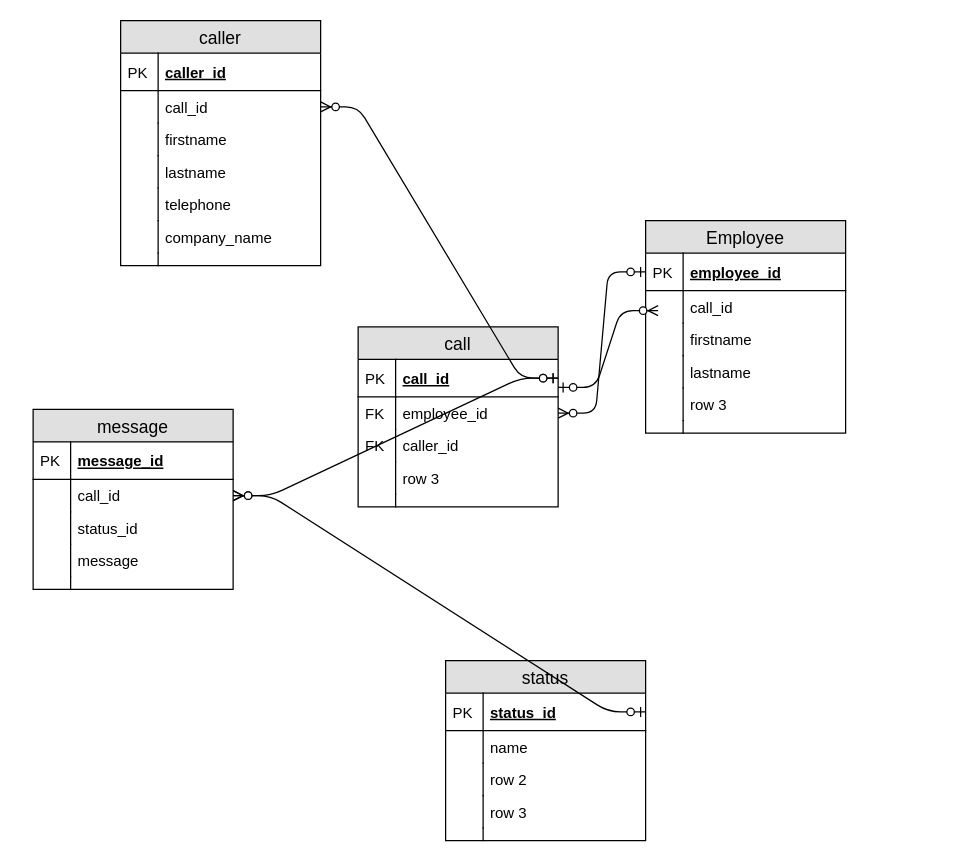
Above: phone_notes.drawio in chantalwiegand/PhoneNotes (draw.io), before the change. Source tidied: cells renumbered, new cells numbered last; positions are measured from the earlier drawing's top-left corner, leaving out a move shared by most shapes. Both pictures are drawn from the tidied source at 125%, with x=0, y=0 at pixel (32, 20).
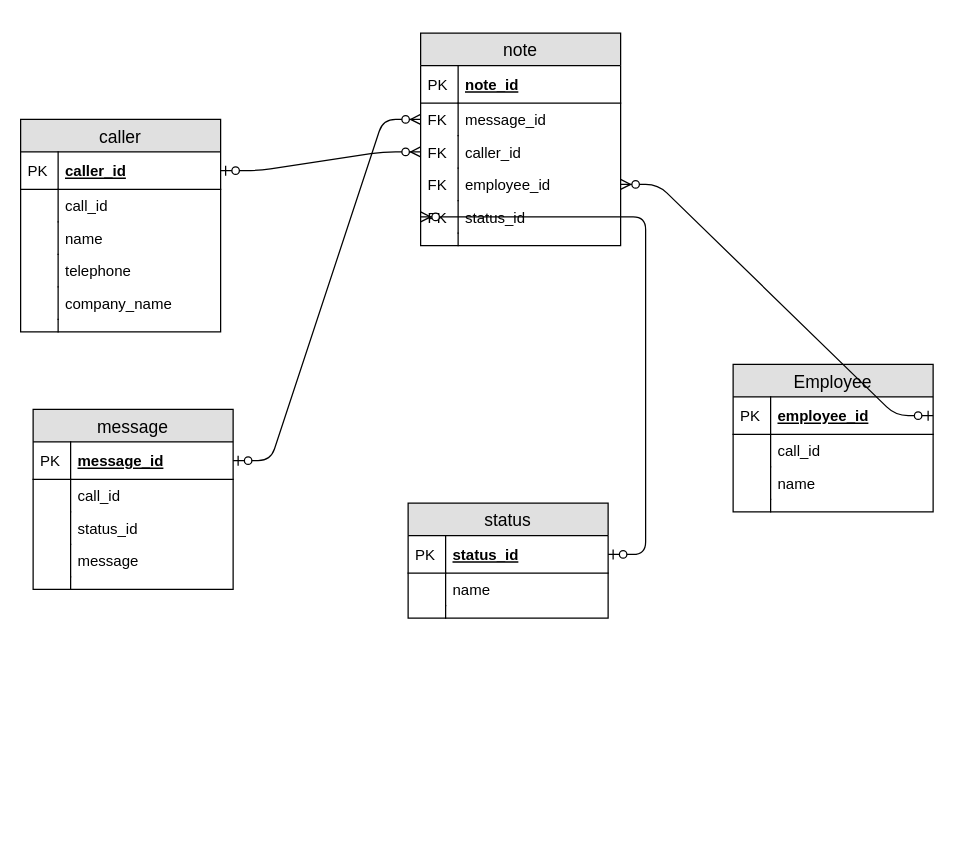
The same diagram, later.

Commit message (it also covers changes not shown here):
Phone notes & phone notes uml

Unchanged cells that the change refers to:
```xml
<mxCell id="3" value="employee_id" style="shape=partialRectangle;top=0;left=0;right=0;bottom=1;align=left;verticalAlign=middle;fillColor=none;spacingLeft=34;spacingRight=4;overflow=hidden;points=[[0,0.5],[1,0.5]];portConstraint=eastwest;fontStyle=5;fontSize=12;" parent="2" vertex="1">
  <mxGeometry y="26" width="160" height="30" as="geometry" />
</mxCell>
<mxCell id="27" value="caller_id" style="shape=partialRectangle;top=0;left=0;right=0;bottom=1;align=left;verticalAlign=middle;fillColor=none;spacingLeft=34;spacingRight=4;overflow=hidden;points=[[0,0.5],[1,0.5]];portConstraint=eastwest;fontStyle=5;fontSize=12;" parent="26" vertex="1">
  <mxGeometry y="26" width="160" height="30" as="geometry" />
</mxCell>
<mxCell id="29" value="call_id" style="shape=partialRectangle;top=0;left=0;right=0;bottom=0;align=left;verticalAlign=top;fillColor=none;spacingLeft=34;spacingRight=4;overflow=hidden;points=[[0,0.5],[1,0.5]];portConstraint=eastwest;fontSize=12;" parent="26" vertex="1">
  <mxGeometry y="56" width="160" height="26" as="geometry" />
</mxCell>
<mxCell id="42" value="message_id" style="shape=partialRectangle;top=0;left=0;right=0;bottom=1;align=left;verticalAlign=middle;fillColor=none;spacingLeft=34;spacingRight=4;overflow=hidden;points=[[0,0.5],[1,0.5]];portConstraint=eastwest;fontStyle=5;fontSize=12;" parent="41" vertex="1">
  <mxGeometry y="26" width="160" height="30" as="geometry" />
</mxCell>
<mxCell id="44" value="call_id" style="shape=partialRectangle;top=0;left=0;right=0;bottom=0;align=left;verticalAlign=top;fillColor=none;spacingLeft=34;spacingRight=4;overflow=hidden;points=[[0,0.5],[1,0.5]];portConstraint=eastwest;fontSize=12;" parent="41" vertex="1">
  <mxGeometry y="56" width="160" height="26" as="geometry" />
</mxCell>
<mxCell id="57" value="status_id" style="shape=partialRectangle;top=0;left=0;right=0;bottom=1;align=left;verticalAlign=middle;fillColor=none;spacingLeft=34;spacingRight=4;overflow=hidden;points=[[0,0.5],[1,0.5]];portConstraint=eastwest;fontStyle=5;fontSize=12;" parent="56" vertex="1">
  <mxGeometry y="26" width="160" height="30" as="geometry" />
</mxCell>
```

Change to the diagram source:
```diff
@@
     <mxCell id="2" value="Employee" style="swimlane;fontStyle=0;horizontal=1;startSize=26;fillColor=#e0e0e0;swimlaneFillColor=#ffffff;align=center;fontSize=14;" parent="1" vertex="1">
-      <mxGeometry x="490" y="160" width="160" height="170" as="geometry" />
+      <mxGeometry x="560" y="275" width="160" height="118" as="geometry" />
     </mxCell>
@@
-    <mxCell id="7" value="firstname" style="shape=partialRectangle;top=0;left=0;right=0;bottom=0;align=left;verticalAlign=top;fillColor=none;spacingLeft=34;spacingRight=4;overflow=hidden;fontSize=12;" parent="2" vertex="1">
+    <mxCell id="7" value="name" style="shape=partialRectangle;top=0;left=0;right=0;bottom=0;align=left;verticalAlign=top;fillColor=none;spacingLeft=34;spacingRight=4;overflow=hidden;fontSize=12;" parent="2" vertex="1">
       <mxGeometry y="82" width="160" height="26" as="geometry" />
     </mxCell>
@@
-    <mxCell id="9" value="lastname" style="shape=partialRectangle;top=0;left=0;right=0;bottom=0;align=left;verticalAlign=top;fillColor=none;spacingLeft=34;spacingRight=4;overflow=hidden;fontSize=12;" parent="2" vertex="1">
-      <mxGeometry y="108" width="160" height="26" as="geometry" />
-    </mxCell>
-    <mxCell id="10" style="shape=partialRectangle;top=0;left=0;bottom=0;fillColor=none;align=left;verticalAlign=top;spacingLeft=4;spacingRight=4;overflow=hidden;fontSize=12;" parent="9" vertex="1">
-      <mxGeometry width="30" height="26" as="geometry" />
-    </mxCell>
-    <mxCell id="11" value="row 3" style="shape=partialRectangle;top=0;left=0;right=0;bottom=0;align=left;verticalAlign=top;fillColor=none;spacingLeft=34;spacingRight=4;overflow=hidden;fontSize=12;" parent="2" vertex="1">
-      <mxGeometry y="134" width="160" height="26" as="geometry" />
-    </mxCell>
-    <mxCell id="12" style="shape=partialRectangle;top=0;left=0;bottom=0;fillColor=none;align=left;verticalAlign=top;spacingLeft=4;spacingRight=4;overflow=hidden;fontSize=12;" parent="11" vertex="1">
-      <mxGeometry width="30" height="26" as="geometry" />
-    </mxCell>
     <mxCell id="13" style="shape=partialRectangle;top=0;left=0;right=0;bottom=0;align=left;verticalAlign=top;fillColor=none;spacingLeft=34;spacingRight=4;overflow=hidden;fontSize=12;" parent="2" vertex="1">
-      <mxGeometry y="160" width="160" height="10" as="geometry" />
+      <mxGeometry y="108" width="160" height="10" as="geometry" />
     </mxCell>
@@
-    <mxCell id="15" value="call" style="swimlane;fontStyle=0;horizontal=1;startSize=26;fillColor=#e0e0e0;swimlaneFillColor=#ffffff;align=center;fontSize=14;" parent="1" vertex="1">
-      <mxGeometry x="260" y="245" width="160" height="144" as="geometry" />
-    </mxCell>
-    <mxCell id="16" value="call_id" style="shape=partialRectangle;top=0;left=0;right=0;bottom=1;align=left;verticalAlign=middle;fillColor=none;spacingLeft=34;spacingRight=4;overflow=hidden;points=[[0,0.5],[1,0.5]];portConstraint=eastwest;fontStyle=5;fontSize=12;" parent="15" vertex="1">
-      <mxGeometry y="26" width="160" height="30" as="geometry" />
-    </mxCell>
-    <mxCell id="17" value="PK" style="shape=partialRectangle;top=0;left=0;bottom=0;fillColor=none;align=left;verticalAlign=middle;spacingLeft=4;spacingRight=4;overflow=hidden;fontSize=12;" parent="16" vertex="1">
-      <mxGeometry width="30" height="30" as="geometry" />
-    </mxCell>
-    <mxCell id="18" value="employee_id" style="shape=partialRectangle;top=0;left=0;right=0;bottom=0;align=left;verticalAlign=top;fillColor=none;spacingLeft=34;spacingRight=4;overflow=hidden;points=[[0,0.5],[1,0.5]];portConstraint=eastwest;fontSize=12;" parent="15" vertex="1">
-      <mxGeometry y="56" width="160" height="26" as="geometry" />
-    </mxCell>
-    <mxCell id="19" value="FK" style="shape=partialRectangle;top=0;left=0;bottom=0;fillColor=none;align=left;verticalAlign=top;spacingLeft=4;spacingRight=4;overflow=hidden;fontSize=12;" parent="18" vertex="1">
-      <mxGeometry width="30" height="26" as="geometry" />
-    </mxCell>
-    <mxCell id="20" value="caller_id" style="shape=partialRectangle;top=0;left=0;right=0;bottom=0;align=left;verticalAlign=top;fillColor=none;spacingLeft=34;spacingRight=4;overflow=hidden;points=[[0,0.5],[1,0.5]];portConstraint=eastwest;fontSize=12;" parent="15" vertex="1">
-      <mxGeometry y="82" width="160" height="26" as="geometry" />
-    </mxCell>
-    <mxCell id="21" value="FK" style="shape=partialRectangle;top=0;left=0;bottom=0;fillColor=none;align=left;verticalAlign=top;spacingLeft=4;spacingRight=4;overflow=hidden;fontSize=12;" parent="20" vertex="1">
-      <mxGeometry width="30" height="26" as="geometry" />
-    </mxCell>
-    <mxCell id="22" value="row 3" style="shape=partialRectangle;top=0;left=0;right=0;bottom=0;align=left;verticalAlign=top;fillColor=none;spacingLeft=34;spacingRight=4;overflow=hidden;fontSize=12;" parent="15" vertex="1">
-      <mxGeometry y="108" width="160" height="26" as="geometry" />
-    </mxCell>
-    <mxCell id="23" style="shape=partialRectangle;top=0;left=0;bottom=0;fillColor=none;align=left;verticalAlign=top;spacingLeft=4;spacingRight=4;overflow=hidden;fontSize=12;" parent="22" vertex="1">
-      <mxGeometry width="30" height="26" as="geometry" />
-    </mxCell>
-    <mxCell id="24" style="shape=partialRectangle;top=0;left=0;right=0;bottom=0;align=left;verticalAlign=top;fillColor=none;spacingLeft=34;spacingRight=4;overflow=hidden;fontSize=12;" parent="15" vertex="1">
-      <mxGeometry y="134" width="160" height="10" as="geometry" />
-    </mxCell>
-    <mxCell id="25" style="shape=partialRectangle;top=0;left=0;bottom=0;fillColor=none;align=left;verticalAlign=top;spacingLeft=4;spacingRight=4;overflow=hidden;fontSize=12;" parent="24" vertex="1">
-      <mxGeometry width="30" height="10" as="geometry" />
-    </mxCell>
     <mxCell id="26" value="caller" style="swimlane;fontStyle=0;horizontal=1;startSize=26;fillColor=#e0e0e0;swimlaneFillColor=#ffffff;align=center;fontSize=14;" parent="1" vertex="1">
-      <mxGeometry x="70" width="160" height="196" as="geometry" />
+      <mxGeometry x="-10" y="79" width="160" height="170" as="geometry" />
     </mxCell>
@@
-    <mxCell id="31" value="firstname" style="shape=partialRectangle;top=0;left=0;right=0;bottom=0;align=left;verticalAlign=top;fillColor=none;spacingLeft=34;spacingRight=4;overflow=hidden;fontSize=12;" parent="26" vertex="1">
+    <mxCell id="31" value="name" style="shape=partialRectangle;top=0;left=0;right=0;bottom=0;align=left;verticalAlign=top;fillColor=none;spacingLeft=34;spacingRight=4;overflow=hidden;fontSize=12;" parent="26" vertex="1">
       <mxGeometry y="82" width="160" height="26" as="geometry" />
     </mxCell>
@@
-    <mxCell id="33" value="lastname" style="shape=partialRectangle;top=0;left=0;right=0;bottom=0;align=left;verticalAlign=top;fillColor=none;spacingLeft=34;spacingRight=4;overflow=hidden;fontSize=12;" parent="26" vertex="1">
-      <mxGeometry y="108" width="160" height="26" as="geometry" />
-    </mxCell>
-    <mxCell id="34" style="shape=partialRectangle;top=0;left=0;bottom=0;fillColor=none;align=left;verticalAlign=top;spacingLeft=4;spacingRight=4;overflow=hidden;fontSize=12;" parent="33" vertex="1">
-      <mxGeometry width="30" height="26" as="geometry" />
-    </mxCell>
     <mxCell id="35" value="telephone" style="shape=partialRectangle;top=0;left=0;right=0;bottom=0;align=left;verticalAlign=top;fillColor=none;spacingLeft=34;spacingRight=4;overflow=hidden;fontSize=12;" parent="26" vertex="1">
-      <mxGeometry y="134" width="160" height="26" as="geometry" />
+      <mxGeometry y="108" width="160" height="26" as="geometry" />
     </mxCell>
@@
     <mxCell id="37" value="company_name" style="shape=partialRectangle;top=0;left=0;right=0;bottom=0;align=left;verticalAlign=top;fillColor=none;spacingLeft=34;spacingRight=4;overflow=hidden;fontSize=12;" parent="26" vertex="1">
-      <mxGeometry y="160" width="160" height="26" as="geometry" />
+      <mxGeometry y="134" width="160" height="26" as="geometry" />
     </mxCell>
@@
     <mxCell id="39" style="shape=partialRectangle;top=0;left=0;right=0;bottom=0;align=left;verticalAlign=top;fillColor=none;spacingLeft=34;spacingRight=4;overflow=hidden;fontSize=12;" parent="26" vertex="1">
-      <mxGeometry y="186" width="160" height="10" as="geometry" />
+      <mxGeometry y="160" width="160" height="10" as="geometry" />
     </mxCell>
@@
-    <mxCell id="52" style="edgeStyle=entityRelationEdgeStyle;fontSize=12;html=1;endArrow=ERzeroToMany;startArrow=ERzeroToOne;exitX=1;exitY=0.5;exitDx=0;exitDy=0;" parent="1" edge="1" source="16" target="29">
-      <mxGeometry relative="1" as="geometry" />
-    </mxCell>
-    <mxCell id="53" style="edgeStyle=entityRelationEdgeStyle;fontSize=12;html=1;endArrow=ERzeroToMany;startArrow=ERzeroToOne;exitX=1;exitY=0.5;exitDx=0;exitDy=0;entryX=1;entryY=0.5;entryDx=0;entryDy=0;" parent="1" edge="1" source="16" target="44">
-      <mxGeometry relative="1" as="geometry" />
-    </mxCell>
-    <mxCell id="54" style="edgeStyle=entityRelationEdgeStyle;fontSize=12;html=1;endArrow=ERzeroToMany;startArrow=ERzeroToOne;exitX=1;exitY=0.747;exitDx=0;exitDy=0;exitPerimeter=0;" parent="1" edge="1" source="16">
-      <mxGeometry relative="1" as="geometry">
-        <mxPoint x="500" y="232" as="targetPoint" />
-      </mxGeometry>
-    </mxCell>
-    <mxCell id="55" style="edgeStyle=entityRelationEdgeStyle;fontSize=12;html=1;endArrow=ERzeroToMany;startArrow=ERzeroToOne;entryX=1;entryY=0.5;entryDx=0;entryDy=0;" parent="1" edge="1" source="3" target="18">
-      <mxGeometry relative="1" as="geometry" />
-    </mxCell>
     <mxCell id="56" value="status" style="swimlane;fontStyle=0;horizontal=1;startSize=26;fillColor=#e0e0e0;swimlaneFillColor=#ffffff;align=center;fontSize=14;" parent="1" vertex="1">
-      <mxGeometry x="330" y="512" width="160" height="144" as="geometry" />
+      <mxGeometry x="300" y="386" width="160" height="92" as="geometry" />
     </mxCell>
@@
-    <mxCell id="61" value="row 2" style="shape=partialRectangle;top=0;left=0;right=0;bottom=0;align=left;verticalAlign=top;fillColor=none;spacingLeft=34;spacingRight=4;overflow=hidden;fontSize=12;" parent="56" vertex="1">
-      <mxGeometry y="82" width="160" height="26" as="geometry" />
-    </mxCell>
-    <mxCell id="62" style="shape=partialRectangle;top=0;left=0;bottom=0;fillColor=none;align=left;verticalAlign=top;spacingLeft=4;spacingRight=4;overflow=hidden;fontSize=12;" parent="61" vertex="1">
-      <mxGeometry width="30" height="26" as="geometry" />
-    </mxCell>
-    <mxCell id="63" value="row 3" style="shape=partialRectangle;top=0;left=0;right=0;bottom=0;align=left;verticalAlign=top;fillColor=none;spacingLeft=34;spacingRight=4;overflow=hidden;fontSize=12;" parent="56" vertex="1">
-      <mxGeometry y="108" width="160" height="26" as="geometry" />
-    </mxCell>
-    <mxCell id="64" style="shape=partialRectangle;top=0;left=0;bottom=0;fillColor=none;align=left;verticalAlign=top;spacingLeft=4;spacingRight=4;overflow=hidden;fontSize=12;" parent="63" vertex="1">
-      <mxGeometry width="30" height="26" as="geometry" />
-    </mxCell>
     <mxCell id="65" style="shape=partialRectangle;top=0;left=0;right=0;bottom=0;align=left;verticalAlign=top;fillColor=none;spacingLeft=34;spacingRight=4;overflow=hidden;fontSize=12;" parent="56" vertex="1">
-      <mxGeometry y="134" width="160" height="10" as="geometry" />
+      <mxGeometry y="82" width="160" height="10" as="geometry" />
     </mxCell>
@@
-    <mxCell id="67" style="edgeStyle=entityRelationEdgeStyle;fontSize=12;html=1;endArrow=ERzeroToMany;startArrow=ERzeroToOne;entryX=1;entryY=0.5;entryDx=0;entryDy=0;exitX=1;exitY=0.5;exitDx=0;exitDy=0;" parent="1" edge="1" source="57" target="44">
-      <mxGeometry relative="1" as="geometry" />
-    </mxCell>
+    <mxCell id="68" value="note" style="swimlane;fontStyle=0;horizontal=1;startSize=26;fillColor=#e0e0e0;swimlaneFillColor=#ffffff;align=center;fontSize=14;" parent="1" vertex="1">
+      <mxGeometry x="310" y="10" width="160" height="170" as="geometry" />
+    </mxCell>
+    <mxCell id="69" value="note_id" style="shape=partialRectangle;top=0;left=0;right=0;bottom=1;align=left;verticalAlign=middle;fillColor=none;spacingLeft=34;spacingRight=4;overflow=hidden;fontStyle=5;fontSize=12;" parent="68" vertex="1">
+      <mxGeometry y="26" width="160" height="30" as="geometry" />
+    </mxCell>
+    <mxCell id="17" value="PK" style="shape=partialRectangle;top=0;left=0;bottom=0;fillColor=none;align=left;verticalAlign=middle;spacingLeft=4;spacingRight=4;overflow=hidden;fontSize=12;" parent="69" vertex="1">
+      <mxGeometry width="30" height="30" as="geometry" />
+    </mxCell>
+    <mxCell id="70" value="message_id" style="shape=partialRectangle;top=0;left=0;right=0;bottom=0;align=left;verticalAlign=top;fillColor=none;spacingLeft=34;spacingRight=4;overflow=hidden;points=[[0,0.5],[1,0.5]];portConstraint=eastwest;fontSize=12;" parent="68" vertex="1">
+      <mxGeometry y="56" width="160" height="26" as="geometry" />
+    </mxCell>
+    <mxCell id="71" value="FK" style="shape=partialRectangle;top=0;left=0;bottom=0;fillColor=none;align=left;verticalAlign=top;spacingLeft=4;spacingRight=4;overflow=hidden;fontSize=12;" parent="70" vertex="1">
+      <mxGeometry width="30" height="26" as="geometry" />
+    </mxCell>
+    <mxCell id="20" value="caller_id" style="shape=partialRectangle;top=0;left=0;right=0;bottom=0;align=left;verticalAlign=top;fillColor=none;spacingLeft=34;spacingRight=4;overflow=hidden;points=[[0,0.5],[1,0.5]];portConstraint=eastwest;fontSize=12;" parent="68" vertex="1">
+      <mxGeometry y="82" width="160" height="26" as="geometry" />
+    </mxCell>
+    <mxCell id="72" value="FK" style="shape=partialRectangle;top=0;left=0;bottom=0;fillColor=none;align=left;verticalAlign=top;spacingLeft=4;spacingRight=4;overflow=hidden;fontSize=12;" parent="20" vertex="1">
+      <mxGeometry width="30" height="26" as="geometry" />
+    </mxCell>
+    <mxCell id="18" value="employee_id" style="shape=partialRectangle;top=0;left=0;right=0;bottom=0;align=left;verticalAlign=top;fillColor=none;spacingLeft=34;spacingRight=4;overflow=hidden;points=[[0,0.5],[1,0.5]];portConstraint=eastwest;fontSize=12;" parent="68" vertex="1">
+      <mxGeometry y="108" width="160" height="26" as="geometry" />
+    </mxCell>
+    <mxCell id="73" value="FK" style="shape=partialRectangle;top=0;left=0;bottom=0;fillColor=none;align=left;verticalAlign=top;spacingLeft=4;spacingRight=4;overflow=hidden;fontSize=12;" parent="18" vertex="1">
+      <mxGeometry width="30" height="26" as="geometry" />
+    </mxCell>
+    <mxCell id="74" value="status_id" style="shape=partialRectangle;top=0;left=0;right=0;bottom=0;align=left;verticalAlign=top;fillColor=none;spacingLeft=34;spacingRight=4;overflow=hidden;points=[[0,0.5],[1,0.5]];portConstraint=eastwest;fontSize=12;" parent="68" vertex="1">
+      <mxGeometry y="134" width="160" height="26" as="geometry" />
+    </mxCell>
+    <mxCell id="75" value="FK" style="shape=partialRectangle;top=0;left=0;bottom=0;fillColor=none;align=left;verticalAlign=top;spacingLeft=4;spacingRight=4;overflow=hidden;fontSize=12;" parent="74" vertex="1">
+      <mxGeometry width="30" height="26" as="geometry" />
+    </mxCell>
+    <mxCell id="76" style="shape=partialRectangle;top=0;left=0;right=0;bottom=0;align=left;verticalAlign=top;fillColor=none;spacingLeft=34;spacingRight=4;overflow=hidden;fontSize=12;" parent="68" vertex="1">
+      <mxGeometry y="160" width="160" height="10" as="geometry" />
+    </mxCell>
+    <mxCell id="25" style="shape=partialRectangle;top=0;left=0;bottom=0;fillColor=none;align=left;verticalAlign=top;spacingLeft=4;spacingRight=4;overflow=hidden;fontSize=12;" parent="76" vertex="1">
+      <mxGeometry width="30" height="10" as="geometry" />
+    </mxCell>
+    <mxCell id="55" style="edgeStyle=entityRelationEdgeStyle;fontSize=12;html=1;endArrow=ERzeroToMany;startArrow=ERzeroToOne;exitX=1;exitY=0.5;exitDx=0;exitDy=0;entryX=1;entryY=0.5;entryDx=0;entryDy=0;" parent="1" edge="1" source="3" target="18">
+      <mxGeometry relative="1" as="geometry" />
+    </mxCell>
+    <mxCell id="77" style="edgeStyle=entityRelationEdgeStyle;fontSize=12;html=1;endArrow=ERzeroToMany;startArrow=ERzeroToOne;exitX=1;exitY=0.5;exitDx=0;exitDy=0;entryX=0;entryY=0.5;entryDx=0;entryDy=0;" parent="1" edge="1" source="27" target="20">
+      <mxGeometry relative="1" as="geometry" />
+    </mxCell>
+    <mxCell id="78" style="edgeStyle=entityRelationEdgeStyle;fontSize=12;html=1;endArrow=ERzeroToMany;startArrow=ERzeroToOne;exitX=1;exitY=0.5;exitDx=0;exitDy=0;entryX=0;entryY=0.5;entryDx=0;entryDy=0;" parent="1" edge="1" source="42" target="70">
+      <mxGeometry relative="1" as="geometry" />
+    </mxCell>
+    <mxCell id="79" style="edgeStyle=entityRelationEdgeStyle;fontSize=12;html=1;endArrow=ERzeroToMany;startArrow=ERzeroToOne;entryX=0;entryY=0.5;entryDx=0;entryDy=0;" parent="1" edge="1" source="57" target="74">
+      <mxGeometry relative="1" as="geometry" />
+    </mxCell>
```
